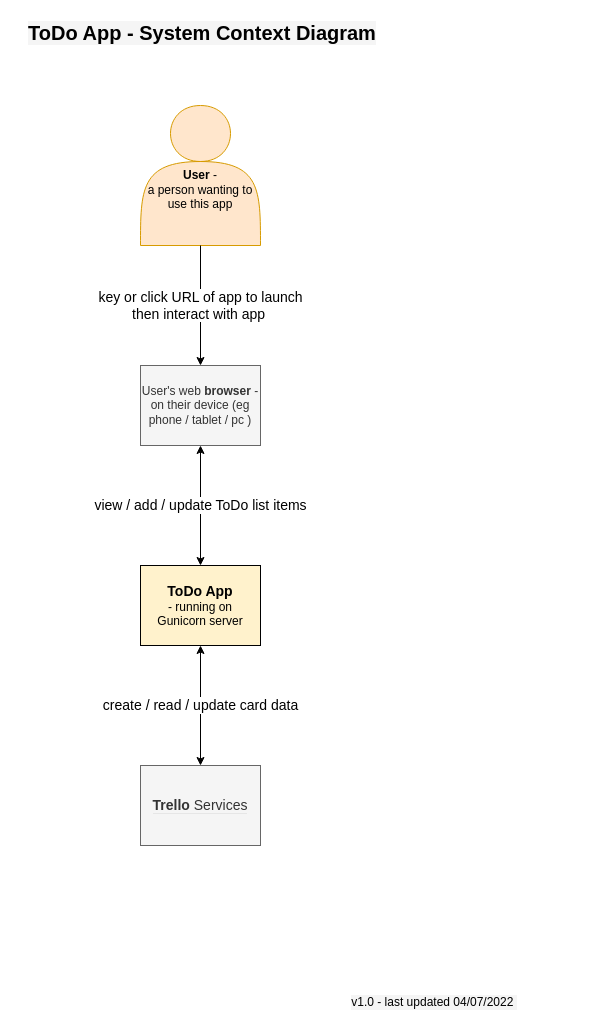
The draw.io diagram documentation/systemContextDiagram.drawio in AnnDevOpsAccount/DevOps-Course-Starter, before the edit. Source tidied: cells renumbered, new cells numbered last; positions are measured from the earlier drawing's top-left corner, leaving out a move shared by most shapes. Both pictures are drawn from the tidied source at 100%, with x=0, y=0 at pixel (17, 17).
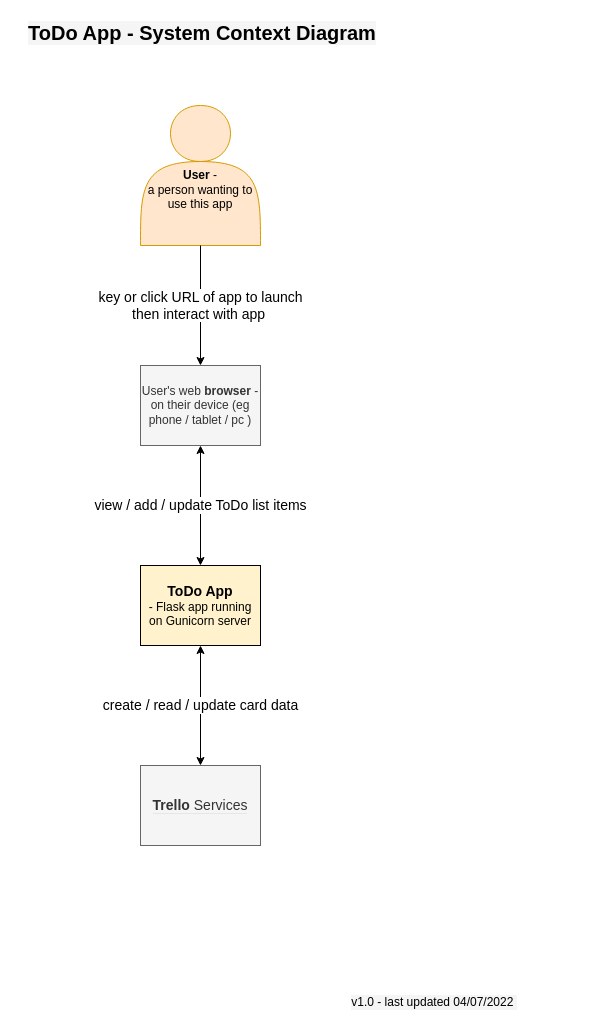
The same page after the edit.

Commit message (it also covers changes not shown here):
System Context Diagram complete

The edit, as a diff of the source:
```diff
@@
 <mxGraphModel>
   <root>
     <mxCell id="0" />
     <mxCell id="1" parent="0" />
     <mxCell id="2" value="&lt;br&gt;&lt;br&gt;&lt;b&gt;User &lt;/b&gt;-&lt;br&gt;a person wanting to use this app" style="shape=actor;whiteSpace=wrap;html=1;fillColor=#ffe6cc;strokeColor=#d79b00;" parent="1" vertex="1">
       <mxGeometry x="123" y="88" width="120" height="140" as="geometry" />
     </mxCell>
     <mxCell id="3" value="User's web &lt;b&gt;browser &lt;/b&gt;- on their device (eg phone / tablet / pc )" style="whiteSpace=wrap;html=1;align=center;newEdgeStyle={&quot;edgeStyle&quot;:&quot;elbowEdgeStyle&quot;,&quot;startArrow&quot;:&quot;none&quot;,&quot;endArrow&quot;:&quot;none&quot;};fillColor=#f5f5f5;fontColor=#333333;strokeColor=#666666;" parent="1" vertex="1">
       <mxGeometry x="123" y="348" width="120" height="80" as="geometry" />
     </mxCell>
-    <mxCell id="4" value="&lt;b&gt;&lt;font style=&quot;font-size: 14px;&quot;&gt;ToDo App&lt;/font&gt;&lt;/b&gt; &lt;br&gt;- running on &lt;br&gt;Gunicorn server" style="whiteSpace=wrap;html=1;align=center;newEdgeStyle={&quot;edgeStyle&quot;:&quot;elbowEdgeStyle&quot;,&quot;startArrow&quot;:&quot;none&quot;,&quot;endArrow&quot;:&quot;none&quot;};fillColor=#fff2cc;strokeColor=#000000;" parent="1" vertex="1">
+    <mxCell id="4" value="&lt;b&gt;&lt;font style=&quot;font-size: 14px;&quot;&gt;ToDo App&lt;/font&gt;&lt;/b&gt; &lt;br&gt;- Flask app running on&amp;nbsp;Gunicorn server" style="whiteSpace=wrap;html=1;align=center;newEdgeStyle={&quot;edgeStyle&quot;:&quot;elbowEdgeStyle&quot;,&quot;startArrow&quot;:&quot;none&quot;,&quot;endArrow&quot;:&quot;none&quot;};fillColor=#fff2cc;strokeColor=#000000;" parent="1" vertex="1">
       <mxGeometry x="123" y="548" width="120" height="80" as="geometry" />
     </mxCell>
     <mxCell id="5" value="&lt;font style=&quot;font-size: 14px;&quot;&gt;key or click URL of app to launch&lt;br&gt;then interact with app&amp;nbsp;&lt;/font&gt;" style="endArrow=classic;html=1;rounded=0;entryX=0.5;entryY=0;entryDx=0;entryDy=0;exitX=0.5;exitY=1;exitDx=0;exitDy=0;" parent="1" edge="1" source="2" target="3">
       <mxGeometry relative="1" as="geometry" />
     </mxCell>
     <mxCell id="6" value="&lt;font style=&quot;font-size: 14px;&quot;&gt;create / read / update card data&lt;/font&gt;" style="endArrow=classic;startArrow=classic;html=1;rounded=0;exitX=0.5;exitY=0;exitDx=0;exitDy=0;entryX=0.5;entryY=1;entryDx=0;entryDy=0;" parent="1" edge="1" source="7" target="4">
       <mxGeometry relative="1" as="geometry" />
     </mxCell>
     <mxCell id="7" value="&lt;span style=&quot;background-color: rgb(245, 245, 245);&quot;&gt;&lt;b&gt;Trello &lt;/b&gt;Services&lt;/span&gt;" style="whiteSpace=wrap;html=1;align=center;newEdgeStyle={&quot;edgeStyle&quot;:&quot;elbowEdgeStyle&quot;,&quot;startArrow&quot;:&quot;none&quot;,&quot;endArrow&quot;:&quot;none&quot;};labelBackgroundColor=#E6E6E6;fontSize=14;strokeColor=#666666;fillColor=#f5f5f5;fontColor=#333333;" parent="1" vertex="1">
       <mxGeometry x="123" y="748" width="120" height="80" as="geometry" />
     </mxCell>
     <mxCell id="8" value="view / add / update ToDo list items" style="endArrow=classic;startArrow=classic;html=1;rounded=0;fontSize=14;entryX=0.5;entryY=1;entryDx=0;entryDy=0;exitX=0.5;exitY=0;exitDx=0;exitDy=0;" parent="1" edge="1" source="4" target="3">
       <mxGeometry relative="1" as="geometry" />
     </mxCell>
     <mxCell id="9" value="ToDo App - System Context Diagram" style="text;html=1;strokeColor=none;fillColor=none;align=center;verticalAlign=middle;whiteSpace=wrap;rounded=0;labelBackgroundColor=#F5F5F5;fontSize=20;fontStyle=1;" parent="1" vertex="1">
       <mxGeometry width="370" height="30" as="geometry" />
     </mxCell>
     <mxCell id="10" value="v1.0 - last updated 04/07/2022&amp;nbsp;" style="text;html=1;strokeColor=none;fillColor=none;align=center;verticalAlign=middle;whiteSpace=wrap;rounded=0;labelBackgroundColor=#F5F5F5;fontSize=12;" parent="1" vertex="1">
       <mxGeometry x="277" y="970" width="280" height="30" as="geometry" />
     </mxCell>
   </root>
 </mxGraphModel>
```
